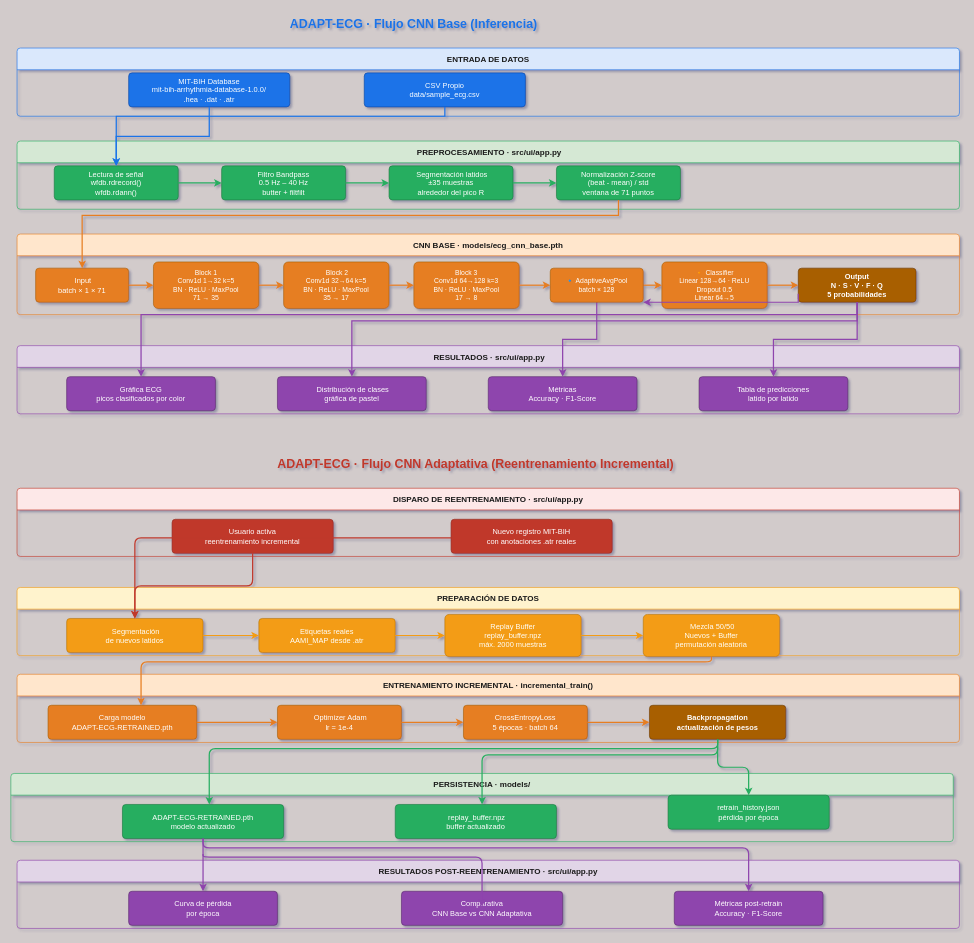
Before: docs/diagrama_flujo_cnn.drawio in Eliaslozadam/PROYECT_ADAPT-ECG, a draw.io diagram. Source tidied: cells renumbered, new cells numbered last; positions are measured from the earlier drawing's top-left corner, leaving out a move shared by most shapes. Both pictures are drawn from the tidied source at 62%, with x=0, y=0 at pixel (11, 11).
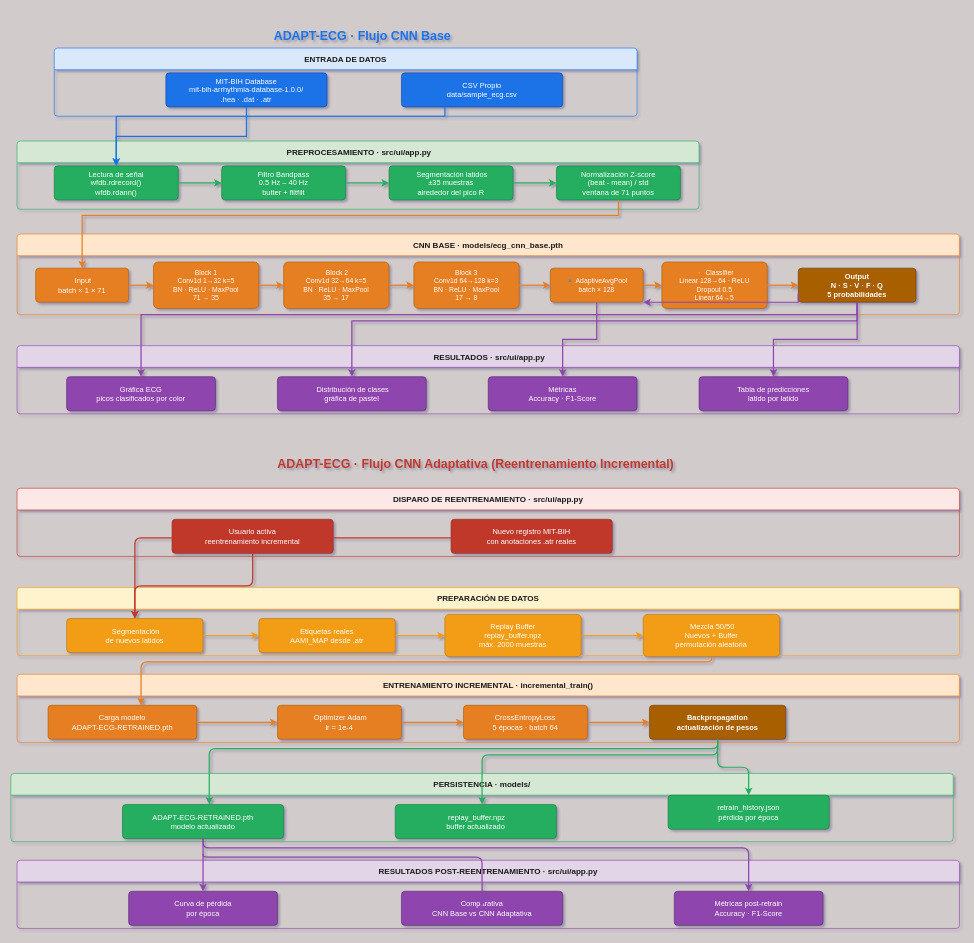
Above is the later version.

Diff of the diagram source:
```diff
@@
-    <mxCell id="2" value="ADAPT-ECG · Flujo CNN Base (Inferencia)" style="text;html=1;strokeColor=none;fillColor=none;align=center;verticalAlign=middle;whiteSpace=wrap;rounded=0;fontSize=20;fontStyle=1;fontColor=#1a73e8;" parent="1" vertex="1">
-      <mxGeometry x="350" width="600" height="40" as="geometry" />
+    <mxCell id="2" value="ADAPT-ECG · Flujo CNN Base&amp;nbsp;" style="text;html=1;strokeColor=none;fillColor=none;align=center;verticalAlign=middle;whiteSpace=wrap;rounded=0;fontSize=20;fontStyle=1;fontColor=#1a73e8;" parent="1" vertex="1">
+      <mxGeometry x="270" y="20" width="600" height="40" as="geometry" />
     </mxCell>
     <mxCell id="3" value="ENTRADA DE DATOS" style="swimlane;fontStyle=1;fontSize=13;fillColor=#dae8fc;strokeColor=#1a73e8;fontColor=#1a1a1a;startSize=35;rounded=1;arcSize=5;" parent="1" vertex="1">
-      <mxGeometry x="10" y="60" width="1520" height="110" as="geometry" />
+      <mxGeometry x="70" y="60" width="940" height="110" as="geometry" />
     </mxCell>
@@
     <mxCell id="6" value=" PREPROCESAMIENTO  ·  src/ui/app.py" style="swimlane;fontStyle=1;fontSize=13;fillColor=#d5e8d4;strokeColor=#27ae60;fontColor=#1a1a1a;startSize=35;rounded=1;arcSize=5;" parent="1" vertex="1">
-      <mxGeometry x="10" y="210" width="1520" height="110" as="geometry" />
+      <mxGeometry x="10" y="210" width="1100" height="110" as="geometry" />
     </mxCell>
```
